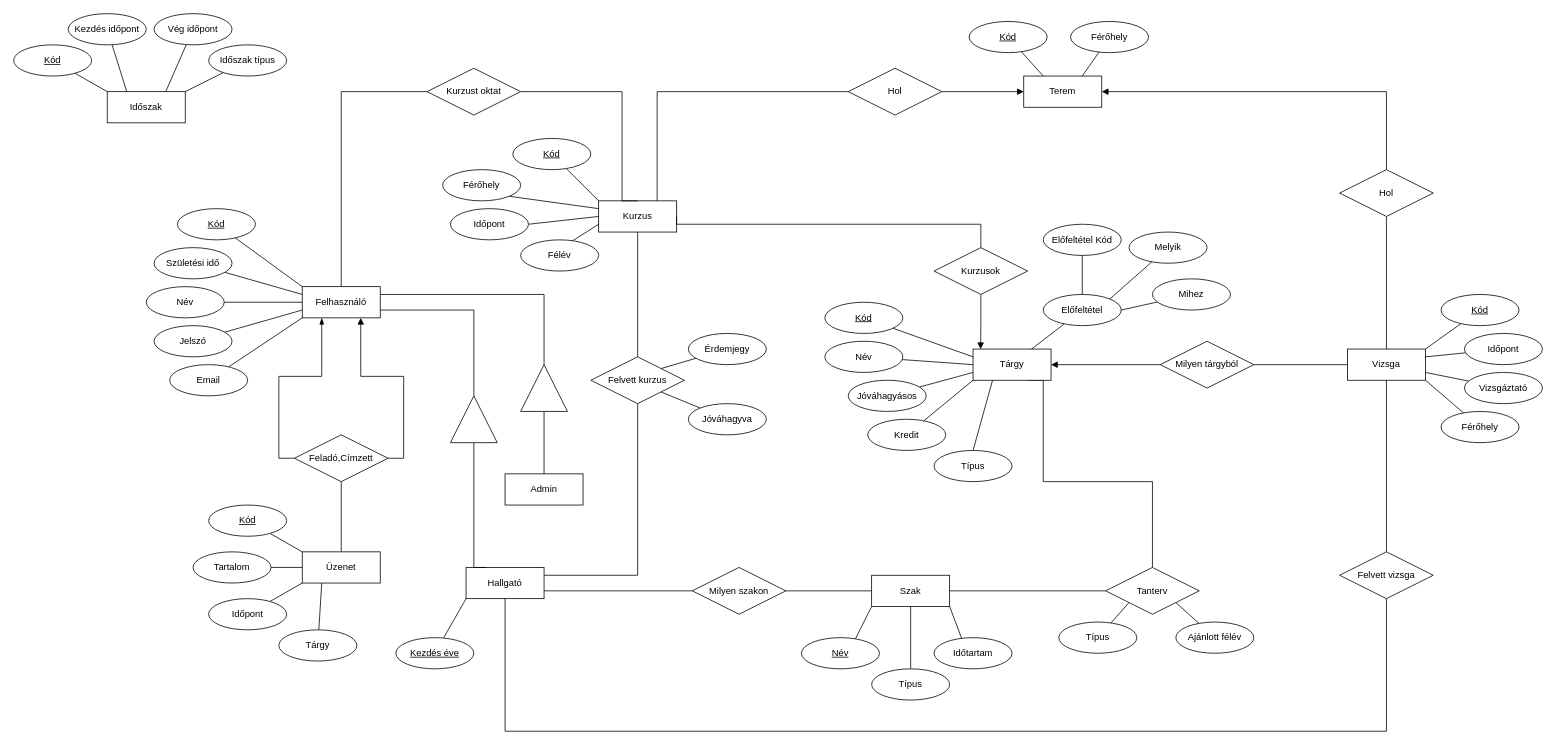
Before: ssadm/EK/EK_diagram.drawio in SzoDavid/murica, a draw.io diagram. Source tidied: cells renumbered, new cells numbered last; positions are measured from the earlier drawing's top-left corner, leaving out a move shared by most shapes. Both pictures are drawn from the tidied source at 78%, with x=0, y=0 at pixel (13, 13).
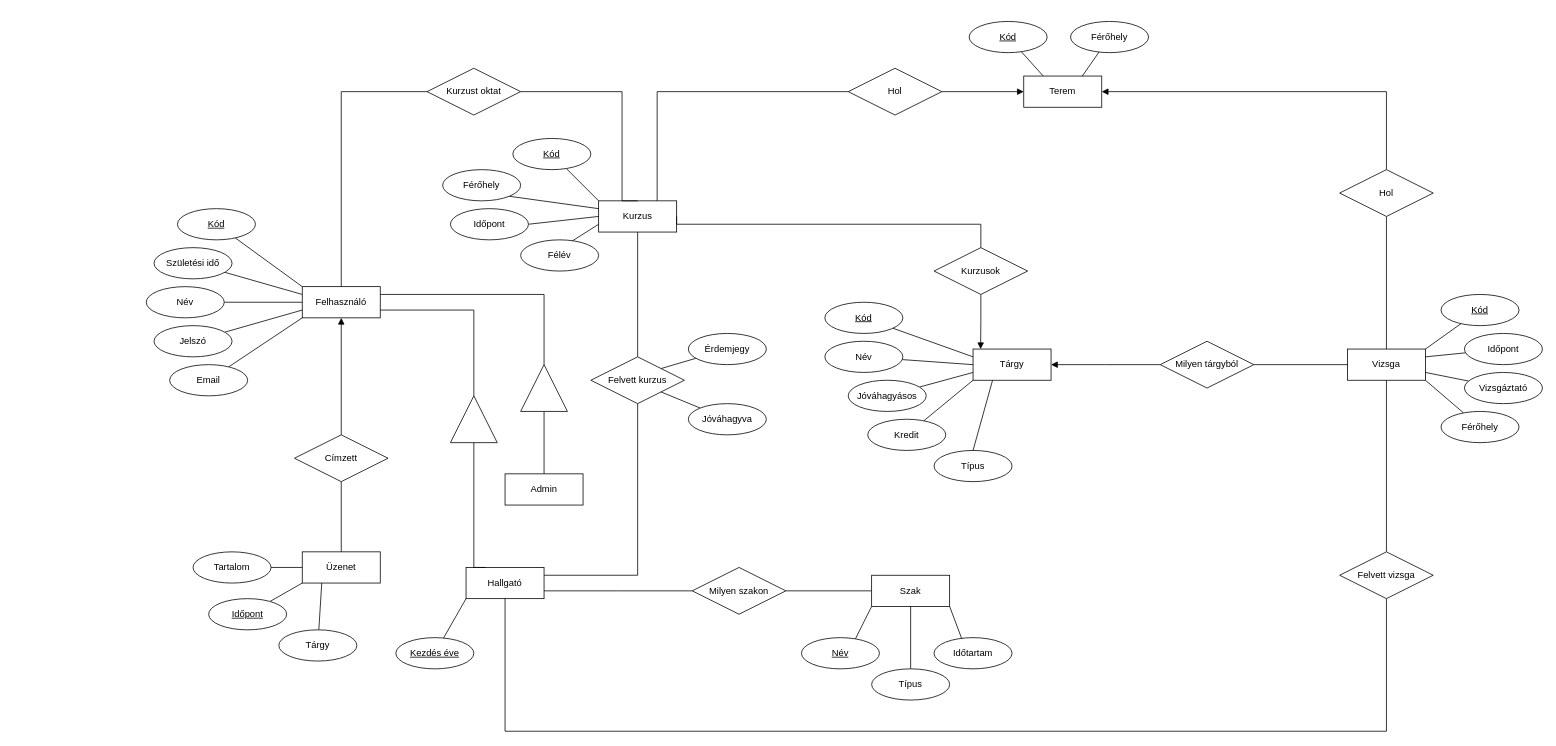
After the change.

Unchanged cells that the change refers to:
```xml
<mxCell id="2" value="Felhasználó" style="whiteSpace=wrap;html=1;align=center;strokeColor=default;verticalAlign=middle;fontFamily=Helvetica;fontSize=12;fontColor=default;fillColor=default;" parent="1" vertex="1">
  <mxGeometry x="370" y="350" width="100" height="40" as="geometry" />
</mxCell>
<mxCell id="21" value="Szak" style="whiteSpace=wrap;html=1;align=center;strokeColor=default;verticalAlign=middle;fontFamily=Helvetica;fontSize=12;fontColor=default;fillColor=default;" parent="1" vertex="1">
  <mxGeometry x="1100" y="720" width="100" height="40" as="geometry" />
</mxCell>
<mxCell id="36" value="Tárgy" style="whiteSpace=wrap;html=1;align=center;strokeColor=default;verticalAlign=middle;fontFamily=Helvetica;fontSize=12;fontColor=default;fillColor=default;" parent="1" vertex="1">
  <mxGeometry x="1230" y="430" width="100" height="40" as="geometry" />
</mxCell>
<mxCell id="99" value="Üzenet" style="whiteSpace=wrap;html=1;align=center;strokeColor=default;verticalAlign=middle;fontFamily=Helvetica;fontSize=12;fontColor=default;fillColor=default;" parent="1" vertex="1">
  <mxGeometry x="370" y="690" width="100" height="40" as="geometry" />
</mxCell>
```

Change to the diagram source:
```diff
@@
-    <mxCell id="30" style="edgeStyle=orthogonalEdgeStyle;rounded=0;jettySize=auto;html=1;fontFamily=Helvetica;fontSize=12;fontColor=default;endArrow=none;endFill=0;entryX=1;entryY=0.5;entryDx=0;entryDy=0;exitX=0;exitY=0.5;exitDx=0;exitDy=0;" parent="1" edge="1" source="122" target="21">
-      <mxGeometry relative="1" as="geometry" />
-    </mxCell>
-    <mxCell id="31" style="rounded=0;jettySize=auto;html=1;entryX=1;entryY=1;entryDx=0;entryDy=0;fontFamily=Helvetica;fontSize=12;fontColor=default;endArrow=none;endFill=0;" parent="1" edge="1" source="32" target="122">
-      <mxGeometry relative="1" as="geometry" />
-    </mxCell>
-    <mxCell id="32" value="Ajánlott félév" style="ellipse;whiteSpace=wrap;html=1;align=center;strokeColor=default;verticalAlign=middle;fontFamily=Helvetica;fontSize=12;fontColor=default;fillColor=default;" parent="1" vertex="1">
-      <mxGeometry x="1490" y="780" width="100" height="40" as="geometry" />
-    </mxCell>
-    <mxCell id="33" style="rounded=0;jettySize=auto;html=1;entryX=0;entryY=1;entryDx=0;entryDy=0;fontFamily=Helvetica;fontSize=12;fontColor=default;endArrow=none;endFill=0;" parent="1" edge="1" source="34" target="122">
-      <mxGeometry relative="1" as="geometry" />
-    </mxCell>
-    <mxCell id="34" value="Típus" style="ellipse;whiteSpace=wrap;html=1;align=center;strokeColor=default;verticalAlign=middle;fontFamily=Helvetica;fontSize=12;fontColor=default;fillColor=default;" parent="1" vertex="1">
-      <mxGeometry x="1340" y="780" width="100" height="40" as="geometry" />
-    </mxCell>
-    <mxCell id="35" style="rounded=0;jettySize=auto;html=1;entryX=0.5;entryY=0;entryDx=0;entryDy=0;fontFamily=Helvetica;fontSize=12;fontColor=default;edgeStyle=orthogonalEdgeStyle;endArrow=none;endFill=0;" parent="1" edge="1" target="122">
-      <mxGeometry relative="1" as="geometry">
-        <mxPoint x="1300" y="470" as="sourcePoint" />
-        <Array as="points">
-          <mxPoint x="1320" y="470" />
-          <mxPoint x="1320" y="600" />
-          <mxPoint x="1460" y="600" />
-        </Array>
-      </mxGeometry>
-    </mxCell>
@@
-    <mxCell id="72" value="Időszak" style="whiteSpace=wrap;html=1;align=center;strokeColor=default;verticalAlign=middle;fontFamily=Helvetica;fontSize=12;fontColor=default;fillColor=default;" parent="1" vertex="1">
-      <mxGeometry x="120" y="100" width="100" height="40" as="geometry" />
-    </mxCell>
-    <mxCell id="73" style="rounded=0;jettySize=auto;html=1;entryX=0;entryY=0;entryDx=0;entryDy=0;fontFamily=Helvetica;fontSize=12;fontColor=default;endArrow=none;endFill=0;" parent="1" edge="1" source="74" target="72">
-      <mxGeometry relative="1" as="geometry" />
-    </mxCell>
-    <mxCell id="74" value="Kód" style="ellipse;whiteSpace=wrap;html=1;align=center;fontStyle=4;strokeColor=default;verticalAlign=middle;fontFamily=Helvetica;fontSize=12;fontColor=default;fillColor=default;" parent="1" vertex="1">
-      <mxGeometry y="40" width="100" height="40" as="geometry" />
-    </mxCell>
-    <mxCell id="75" style="rounded=0;jettySize=auto;html=1;entryX=0.25;entryY=0;entryDx=0;entryDy=0;fontFamily=Helvetica;fontSize=12;fontColor=default;endArrow=none;endFill=0;" parent="1" edge="1" source="76" target="72">
-      <mxGeometry relative="1" as="geometry" />
-    </mxCell>
-    <mxCell id="76" value="&lt;div&gt;Kezdés időpont&lt;/div&gt;" style="ellipse;whiteSpace=wrap;html=1;align=center;strokeColor=default;verticalAlign=middle;fontFamily=Helvetica;fontSize=12;fontColor=default;fillColor=default;" parent="1" vertex="1">
-      <mxGeometry x="70" width="100" height="40" as="geometry" />
-    </mxCell>
-    <mxCell id="77" style="rounded=0;jettySize=auto;html=1;entryX=0.75;entryY=0;entryDx=0;entryDy=0;fontFamily=Helvetica;fontSize=12;fontColor=default;endArrow=none;endFill=0;" parent="1" edge="1" source="78" target="72">
-      <mxGeometry relative="1" as="geometry" />
-    </mxCell>
-    <mxCell id="78" value="&lt;div&gt;Vég időpont&lt;/div&gt;" style="ellipse;whiteSpace=wrap;html=1;align=center;strokeColor=default;verticalAlign=middle;fontFamily=Helvetica;fontSize=12;fontColor=default;fillColor=default;" parent="1" vertex="1">
-      <mxGeometry x="180" width="100" height="40" as="geometry" />
-    </mxCell>
-    <mxCell id="79" style="rounded=0;jettySize=auto;html=1;entryX=1;entryY=0;entryDx=0;entryDy=0;endArrow=none;endFill=0;" parent="1" edge="1" source="80" target="72">
-      <mxGeometry relative="1" as="geometry" />
-    </mxCell>
-    <mxCell id="80" value="Időszak típus" style="ellipse;whiteSpace=wrap;html=1;align=center;strokeColor=default;verticalAlign=middle;fontFamily=Helvetica;fontSize=12;fontColor=default;fillColor=default;" parent="1" vertex="1">
-      <mxGeometry x="250" y="40" width="100" height="40" as="geometry" />
-    </mxCell>
@@
-    <mxCell id="100" style="edgeStyle=orthogonalEdgeStyle;rounded=0;jettySize=auto;html=1;entryX=0.25;entryY=1;entryDx=0;entryDy=0;fontFamily=Helvetica;fontSize=12;fontColor=default;exitX=0;exitY=0.5;exitDx=0;exitDy=0;endArrow=blockThin;endFill=1;" parent="1" edge="1" source="102" target="2">
-      <mxGeometry relative="1" as="geometry" />
-    </mxCell>
-    <mxCell id="101" style="edgeStyle=orthogonalEdgeStyle;rounded=0;jettySize=auto;html=1;entryX=0.75;entryY=1;entryDx=0;entryDy=0;fontFamily=Helvetica;fontSize=12;fontColor=default;exitX=1;exitY=0.5;exitDx=0;exitDy=0;endArrow=block;endFill=1;" parent="1" edge="1" source="102" target="2">
-      <mxGeometry relative="1" as="geometry" />
+    <mxCell id="101" style="edgeStyle=orthogonalEdgeStyle;rounded=0;jettySize=auto;html=1;fontFamily=Helvetica;fontSize=12;fontColor=default;exitX=0.5;exitY=0;exitDx=0;exitDy=0;endArrow=block;endFill=1;" parent="1" edge="1" source="102">
+      <mxGeometry relative="1" as="geometry">
+        <mxPoint x="420" y="390" as="targetPoint" />
+        <Array as="points">
+          <mxPoint x="420" y="390" />
+        </Array>
+      </mxGeometry>
     </mxCell>
-    <mxCell id="102" value="Feladó,Címzett" style="shape=rhombus;perimeter=rhombusPerimeter;whiteSpace=wrap;html=1;align=center;strokeColor=default;verticalAlign=middle;fontFamily=Helvetica;fontSize=12;fontColor=default;fillColor=default;" parent="1" vertex="1">
+    <mxCell id="102" value="Címzett" style="shape=rhombus;perimeter=rhombusPerimeter;whiteSpace=wrap;html=1;align=center;strokeColor=default;verticalAlign=middle;fontFamily=Helvetica;fontSize=12;fontColor=default;fillColor=default;" parent="1" vertex="1">
       <mxGeometry x="360" y="540" width="120" height="60" as="geometry" />
     </mxCell>
@@
-    <mxCell id="105" style="rounded=0;jettySize=auto;html=1;entryX=0;entryY=0;entryDx=0;entryDy=0;fontFamily=Helvetica;fontSize=12;fontColor=default;endArrow=none;endFill=0;" parent="1" edge="1" source="106" target="99">
-      <mxGeometry relative="1" as="geometry" />
-    </mxCell>
-    <mxCell id="106" value="Kód" style="ellipse;whiteSpace=wrap;html=1;align=center;fontStyle=4;verticalAlign=middle;fontFamily=Helvetica;fontSize=12;" parent="1" vertex="1">
-      <mxGeometry x="250" y="630" width="100" height="40" as="geometry" />
-    </mxCell>
@@
-    <mxCell id="108" value="Időpont" style="ellipse;whiteSpace=wrap;html=1;align=center;strokeColor=default;verticalAlign=middle;fontFamily=Helvetica;fontSize=12;fontColor=default;fillColor=default;" parent="1" vertex="1">
+    <mxCell id="108" value="Időpont" style="ellipse;whiteSpace=wrap;html=1;align=center;strokeColor=default;verticalAlign=middle;fontFamily=Helvetica;fontSize=12;fontColor=default;fillColor=default;fontStyle=4;" parent="1" vertex="1">
       <mxGeometry x="250" y="750" width="100" height="40" as="geometry" />
     </mxCell>
-    <mxCell id="109" style="rounded=0;jettySize=auto;html=1;entryX=1;entryY=0.5;entryDx=0;entryDy=0;fontFamily=Helvetica;fontSize=12;fontColor=default;endArrow=none;endFill=0;" parent="1" edge="1" source="110" target="119">
-      <mxGeometry relative="1" as="geometry" />
-    </mxCell>
-    <mxCell id="110" value="Mihez" style="ellipse;whiteSpace=wrap;html=1;align=center;verticalAlign=middle;fontFamily=Helvetica;fontSize=12;" parent="1" vertex="1">
-      <mxGeometry x="1460" y="340" width="100" height="40" as="geometry" />
-    </mxCell>
-    <mxCell id="111" style="rounded=0;jettySize=auto;html=1;entryX=0.5;entryY=0;entryDx=0;entryDy=0;fontFamily=Helvetica;fontSize=12;fontColor=default;endArrow=none;endFill=0;" parent="1" edge="1" source="112" target="119">
-      <mxGeometry relative="1" as="geometry" />
-    </mxCell>
-    <mxCell id="112" value="Előfeltétel Kód" style="ellipse;whiteSpace=wrap;html=1;align=center;fontStyle=0;verticalAlign=middle;fontFamily=Helvetica;fontSize=12;" parent="1" vertex="1">
-      <mxGeometry x="1320" y="270" width="100" height="40" as="geometry" />
-    </mxCell>
@@
-    <mxCell id="118" style="rounded=0;jettySize=auto;html=1;entryX=0.75;entryY=0;entryDx=0;entryDy=0;endArrow=none;endFill=0;" parent="1" edge="1" source="119" target="36">
-      <mxGeometry relative="1" as="geometry" />
-    </mxCell>
-    <mxCell id="119" value="Előfeltétel" style="ellipse;whiteSpace=wrap;html=1;align=center;" parent="1" vertex="1">
-      <mxGeometry x="1320" y="360" width="100" height="40" as="geometry" />
-    </mxCell>
-    <mxCell id="120" style="rounded=0;jettySize=auto;html=1;entryX=1;entryY=0;entryDx=0;entryDy=0;endArrow=none;endFill=0;" parent="1" edge="1" source="121" target="119">
-      <mxGeometry relative="1" as="geometry" />
-    </mxCell>
-    <mxCell id="121" value="Melyik" style="ellipse;whiteSpace=wrap;html=1;align=center;verticalAlign=middle;fontFamily=Helvetica;fontSize=12;" parent="1" vertex="1">
-      <mxGeometry x="1430" y="280" width="100" height="40" as="geometry" />
-    </mxCell>
-    <mxCell id="122" value="Tanterv" style="shape=rhombus;perimeter=rhombusPerimeter;whiteSpace=wrap;html=1;align=center;" parent="1" vertex="1">
-      <mxGeometry x="1400" y="710" width="120" height="60" as="geometry" />
-    </mxCell>
```
